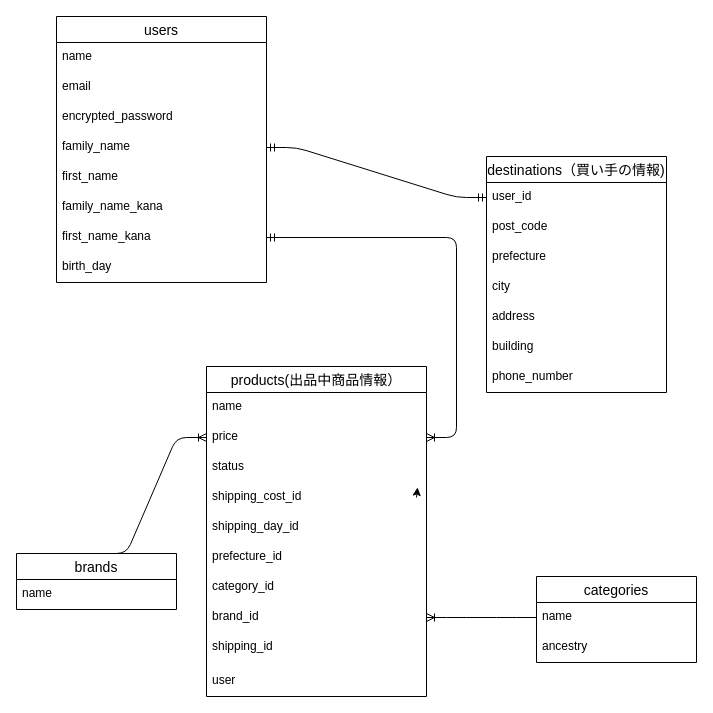
This is furima.dio from pyonkichi0628/furima-38835, a draw.io file, before an edit. Source tidied: cells renumbered, new cells numbered last; positions are measured from the earlier drawing's top-left corner, leaving out a move shared by most shapes. Both pictures are drawn from the tidied source at 100%, with x=0, y=0 at pixel (16, 16).
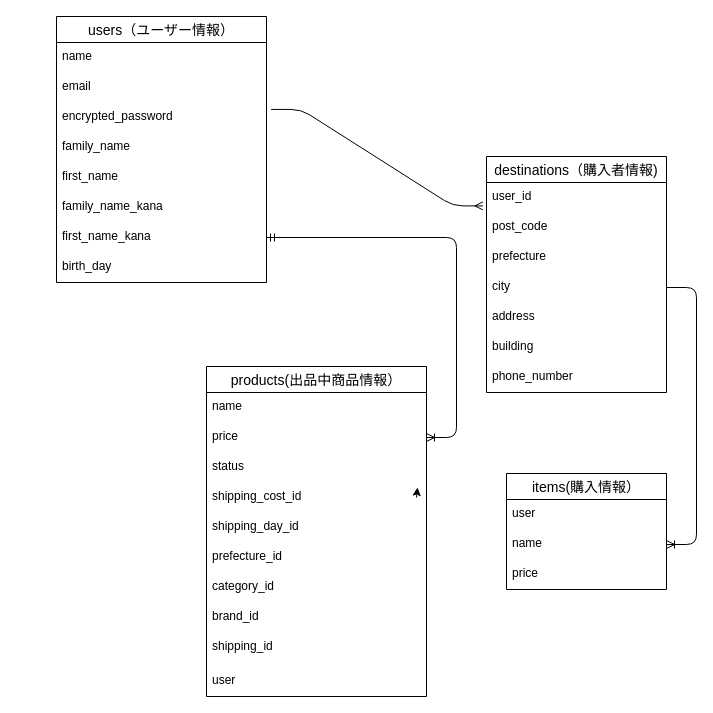
The same diagram, later.

Commit message (it also covers changes not shown here):
データベース設計_修正8

Unchanged cells that the change refers to:
```xml
<mxCell id="5" value="encrypted_password" style="text;strokeColor=none;fillColor=none;spacingLeft=4;spacingRight=4;overflow=hidden;points=[[0,0.5],[1,0.5]];portConstraint=eastwest;fontSize=12;" parent="2" vertex="1">
  <mxGeometry y="86" width="210" height="30" as="geometry" />
</mxCell>
<mxCell id="6" value="family_name" style="text;strokeColor=none;fillColor=none;spacingLeft=4;spacingRight=4;overflow=hidden;points=[[0,0.5],[1,0.5]];portConstraint=eastwest;fontSize=12;" parent="2" vertex="1">
  <mxGeometry y="116" width="210" height="30" as="geometry" />
</mxCell>
<mxCell id="12" value="user_id" style="text;strokeColor=none;fillColor=none;spacingLeft=4;spacingRight=4;overflow=hidden;points=[[0,0.5],[1,0.5]];portConstraint=eastwest;fontSize=12;" parent="11" vertex="1">
  <mxGeometry y="26" width="180" height="30" as="geometry" />
</mxCell>
<mxCell id="15" value="city" style="text;strokeColor=none;fillColor=none;spacingLeft=4;spacingRight=4;overflow=hidden;points=[[0,0.5],[1,0.5]];portConstraint=eastwest;fontSize=12;" parent="11" vertex="1">
  <mxGeometry y="116" width="180" height="30" as="geometry" />
</mxCell>
<mxCell id="22" value="price" style="text;strokeColor=none;fillColor=none;spacingLeft=4;spacingRight=4;overflow=hidden;points=[[0,0.5],[1,0.5]];portConstraint=eastwest;fontSize=12;" parent="20" vertex="1">
  <mxGeometry y="56" width="220" height="30" as="geometry" />
</mxCell>
<mxCell id="28" value="brand_id" style="text;strokeColor=none;fillColor=none;spacingLeft=4;spacingRight=4;overflow=hidden;points=[[0,0.5],[1,0.5]];portConstraint=eastwest;fontSize=12;" parent="20" vertex="1">
  <mxGeometry y="236" width="220" height="30" as="geometry" />
</mxCell>
```

Change to the diagram source:
```diff
@@
-    <mxCell id="2" value="users" style="swimlane;fontStyle=0;horizontal=1;startSize=26;align=center;fontSize=14;" parent="1" vertex="1">
+    <mxCell id="2" value="users（ユーザー情報）" style="swimlane;fontStyle=0;horizontal=1;startSize=26;align=center;fontSize=14;" parent="1" vertex="1">
       <mxGeometry x="40" width="210" height="266" as="geometry" />
     </mxCell>
@@
-    <mxCell id="11" value="destinations（買い手の情報)" style="swimlane;fontStyle=0;horizontal=1;startSize=26;align=center;fontSize=14;" parent="1" vertex="1">
+    <mxCell id="11" value="destinations（購入者情報)" style="swimlane;fontStyle=0;horizontal=1;startSize=26;align=center;fontSize=14;" parent="1" vertex="1">
       <mxGeometry x="470" y="140" width="180" height="236" as="geometry" />
     </mxCell>
@@
-    <mxCell id="19" style="edgeStyle=entityRelationEdgeStyle;fontSize=12;html=1;endArrow=ERmandOne;startArrow=ERmandOne;exitX=1;exitY=0.5;exitDx=0;exitDy=0;entryX=0;entryY=0.5;entryDx=0;entryDy=0;" parent="1" edge="1" source="6" target="12">
-      <mxGeometry relative="1" as="geometry" />
-    </mxCell>
@@
-    <mxCell id="33" value="categories" style="swimlane;fontStyle=0;horizontal=1;startSize=26;align=center;fontSize=14;" parent="1" vertex="1">
-      <mxGeometry x="520" y="560" width="160" height="86" as="geometry" />
-    </mxCell>
-    <mxCell id="34" value="name" style="text;strokeColor=none;fillColor=none;spacingLeft=4;spacingRight=4;overflow=hidden;points=[[0,0.5],[1,0.5]];portConstraint=eastwest;fontSize=12;" parent="33" vertex="1">
-      <mxGeometry y="26" width="160" height="30" as="geometry" />
-    </mxCell>
-    <mxCell id="35" value="ancestry" style="text;strokeColor=none;fillColor=none;spacingLeft=4;spacingRight=4;overflow=hidden;fontSize=12;" parent="33" vertex="1">
-      <mxGeometry y="56" width="160" height="30" as="geometry" />
-    </mxCell>
-    <mxCell id="36" style="edgeStyle=entityRelationEdgeStyle;fontSize=12;html=1;endArrow=ERoneToMany;entryX=1;entryY=0.5;entryDx=0;entryDy=0;exitX=0;exitY=0.5;exitDx=0;exitDy=0;" parent="1" edge="1" source="34" target="28">
-      <mxGeometry relative="1" as="geometry" />
-    </mxCell>
-    <mxCell id="37" value="brands" style="swimlane;fontStyle=0;horizontal=1;startSize=26;align=center;fontSize=14;" parent="1" vertex="1">
-      <mxGeometry y="537" width="160" height="56" as="geometry" />
-    </mxCell>
-    <mxCell id="38" value="name" style="text;strokeColor=none;fillColor=none;spacingLeft=4;spacingRight=4;overflow=hidden;fontSize=12;" parent="37" vertex="1">
-      <mxGeometry y="26" width="160" height="30" as="geometry" />
-    </mxCell>
-    <mxCell id="39" style="edgeStyle=entityRelationEdgeStyle;fontSize=12;html=1;endArrow=ERoneToMany;exitX=0.5;exitY=0;exitDx=0;exitDy=0;entryX=0;entryY=0.5;entryDx=0;entryDy=0;" parent="1" edge="1" source="37" target="22">
-      <mxGeometry relative="1" as="geometry" />
-    </mxCell>
+    <mxCell id="40" style="edgeStyle=entityRelationEdgeStyle;fontSize=12;html=1;endArrow=ERmany;exitX=1.022;exitY=0.231;exitDx=0;exitDy=0;exitPerimeter=0;entryX=-0.02;entryY=0.78;entryDx=0;entryDy=0;entryPerimeter=0;" parent="1" edge="1" source="5" target="12">
+      <mxGeometry relative="1" as="geometry" />
+    </mxCell>
+    <mxCell id="41" value="items(購入情報）" style="swimlane;fontStyle=0;horizontal=1;startSize=26;align=center;fontSize=14;" parent="1" vertex="1">
+      <mxGeometry x="490" y="457" width="160" height="116" as="geometry" />
+    </mxCell>
+    <mxCell id="42" value="user&#10;" style="text;strokeColor=none;fillColor=none;spacingLeft=4;spacingRight=4;overflow=hidden;fontSize=12;" parent="41" vertex="1">
+      <mxGeometry y="26" width="160" height="30" as="geometry" />
+    </mxCell>
+    <mxCell id="43" value="name" style="text;strokeColor=none;fillColor=none;spacingLeft=4;spacingRight=4;overflow=hidden;points=[[0,0.5],[1,0.5]];portConstraint=eastwest;fontSize=12;" parent="41" vertex="1">
+      <mxGeometry y="56" width="160" height="30" as="geometry" />
+    </mxCell>
+    <mxCell id="44" value="price" style="text;strokeColor=none;fillColor=none;spacingLeft=4;spacingRight=4;overflow=hidden;fontSize=12;" parent="41" vertex="1">
+      <mxGeometry y="86" width="160" height="30" as="geometry" />
+    </mxCell>
+    <mxCell id="45" style="edgeStyle=entityRelationEdgeStyle;fontSize=12;html=1;endArrow=ERoneToMany;exitX=1;exitY=0.5;exitDx=0;exitDy=0;entryX=1;entryY=0.5;entryDx=0;entryDy=0;" parent="1" edge="1" source="15" target="43">
+      <mxGeometry relative="1" as="geometry" />
+    </mxCell>
```
